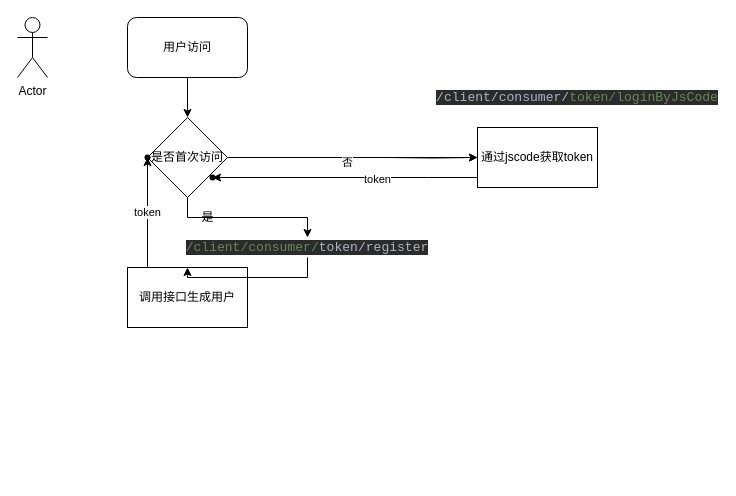
This is Untitled Diagram.drawio from yangrenqing/yangrenqing, a draw.io file, before an edit. Source tidied: cells renumbered, new cells numbered last; positions are measured from the earlier drawing's top-left corner, leaving out a move shared by most shapes. Both pictures are drawn from the tidied source at 100%, with x=0, y=0 at pixel (17, 17).
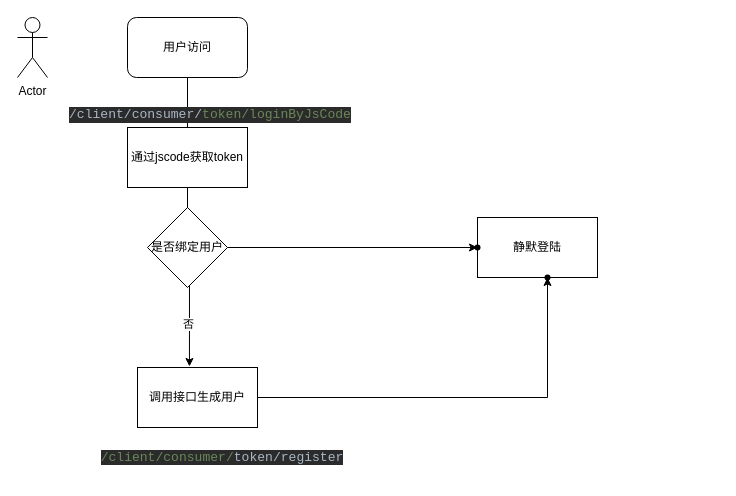
The same page after the edit.

The change refers to these unchanged cells:
```xml
<mxCell id="4" value="用户访问" style="rounded=1;whiteSpace=wrap;html=1;" parent="1" vertex="1">
  <mxGeometry x="110" width="120" height="60" as="geometry" />
</mxCell>
```

The edit, as a diff of the source:
```diff
@@
-    <mxCell id="3" style="edgeStyle=orthogonalEdgeStyle;rounded=0;jettySize=auto;html=1;" parent="1" edge="1" source="4" target="8">
+    <mxCell id="3" style="edgeStyle=orthogonalEdgeStyle;rounded=0;jettySize=auto;html=1;entryX=0.433;entryY=-0.017;entryDx=0;entryDy=0;entryPerimeter=0;" parent="1" edge="1" source="4" target="10">
       <mxGeometry relative="1" as="geometry" />
     </mxCell>
+    <mxCell id="7" value="否" style="edgeLabel;html=1;align=center;verticalAlign=middle;" parent="3" vertex="1">
+      <mxGeometry x="0.71" y="-1" relative="1" as="geometry" />
+    </mxCell>
@@
-    <mxCell id="5" style="edgeStyle=orthogonalEdgeStyle;rounded=0;jettySize=auto;html=1;" parent="1" edge="1" source="8" target="12">
-      <mxGeometry relative="1" as="geometry" />
-    </mxCell>
-    <mxCell id="6" style="edgeStyle=orthogonalEdgeStyle;rounded=0;jettySize=auto;html=1;entryX=0;entryY=0.5;entryDx=0;entryDy=0;" parent="1" edge="1" source="8" target="16">
-      <mxGeometry relative="1" as="geometry" />
-    </mxCell>
-    <mxCell id="7" value="否" style="edgeLabel;html=1;align=center;verticalAlign=middle;" parent="6" vertex="1">
-      <mxGeometry x="-0.05" y="-4" relative="1" as="geometry" />
-    </mxCell>
-    <mxCell id="8" value="是否首次访问" style="rhombus;whiteSpace=wrap;html=1;" parent="1" vertex="1">
-      <mxGeometry x="130" y="100" width="80" height="80" as="geometry" />
-    </mxCell>
-    <mxCell id="9" value="token" style="edgeStyle=orthogonalEdgeStyle;rounded=0;jettySize=auto;html=1;" parent="1" edge="1" source="10" target="20">
-      <mxGeometry relative="1" as="geometry">
-        <Array as="points">
-          <mxPoint x="110" y="260" />
-          <mxPoint x="110" y="260" />
-        </Array>
-      </mxGeometry>
-    </mxCell>
+    <mxCell id="21" style="edgeStyle=orthogonalEdgeStyle;rounded=0;jettySize=auto;html=1;" parent="1" edge="1" source="10" target="26">
+      <mxGeometry relative="1" as="geometry" />
+    </mxCell>
     <mxCell id="10" value="调用接口生成用户" style="rounded=0;whiteSpace=wrap;html=1;" parent="1" vertex="1">
-      <mxGeometry x="110" y="250" width="120" height="60" as="geometry" />
+      <mxGeometry x="120" y="350" width="120" height="60" as="geometry" />
     </mxCell>
-    <mxCell id="11" style="edgeStyle=orthogonalEdgeStyle;rounded=0;jettySize=auto;html=1;" parent="1" edge="1" source="12" target="10">
-      <mxGeometry relative="1" as="geometry" />
-    </mxCell>
     <mxCell id="12" value="&lt;pre style=&quot;background-color: #2b2b2b ; color: #a9b7c6 ; font-family: &amp;#34;jetbrains mono&amp;#34; , monospace ; font-size: 9.8pt&quot;&gt;&lt;span style=&quot;color: #6a8759&quot;&gt;/client/consumer/&lt;/span&gt;token/register&lt;/pre&gt;" style="text;html=1;strokeColor=none;fillColor=none;align=center;verticalAlign=middle;whiteSpace=wrap;rounded=0;" parent="1" vertex="1">
-      <mxGeometry x="170" y="220" width="240" height="20" as="geometry" />
+      <mxGeometry x="85" y="430" width="240" height="20" as="geometry" />
     </mxCell>
-    <mxCell id="13" value="是" style="text;html=1;align=center;verticalAlign=middle;strokeColor=none;" parent="1" vertex="1">
-      <mxGeometry x="175" y="190" width="30" height="20" as="geometry" />
-    </mxCell>
-    <mxCell id="14" style="edgeStyle=orthogonalEdgeStyle;rounded=0;jettySize=auto;html=1;" parent="1" edge="1" source="16" target="19">
-      <mxGeometry relative="1" as="geometry">
-        <Array as="points">
-          <mxPoint x="410" y="160" />
-          <mxPoint x="410" y="160" />
-        </Array>
-      </mxGeometry>
-    </mxCell>
-    <mxCell id="15" value="token" style="edgeLabel;html=1;align=center;verticalAlign=middle;" parent="14" vertex="1">
-      <mxGeometry x="-0.24" y="1" relative="1" as="geometry" />
-    </mxCell>
-    <mxCell id="16" value="通过jscode获取token" style="rounded=0;whiteSpace=wrap;html=1;" parent="1" vertex="1">
-      <mxGeometry x="460" y="110" width="120" height="60" as="geometry" />
+    <mxCell id="16" value="&lt;span&gt;通过jscode获取token&lt;/span&gt;" style="rounded=0;whiteSpace=wrap;html=1;" parent="1" vertex="1">
+      <mxGeometry x="110" y="110" width="120" height="60" as="geometry" />
     </mxCell>
-    <mxCell id="17" style="edgeStyle=orthogonalEdgeStyle;rounded=0;jettySize=auto;html=1;" parent="1" edge="1" target="16">
-      <mxGeometry relative="1" as="geometry">
-        <mxPoint x="370" y="140" as="sourcePoint" />
-      </mxGeometry>
-    </mxCell>
-    <mxCell id="18" value="&lt;pre style=&quot;background-color: #2b2b2b ; color: #a9b7c6 ; font-family: &amp;#34;jetbrains mono&amp;#34; , monospace ; font-size: 9.8pt&quot;&gt;/client/consumer/&lt;span style=&quot;color: #6a8759&quot;&gt;token/loginByJsCode&lt;/span&gt;&lt;/pre&gt;" style="text;html=1;strokeColor=none;fillColor=none;align=center;verticalAlign=middle;whiteSpace=wrap;rounded=0;" parent="1" vertex="1">
-      <mxGeometry x="540" y="70" width="40" height="20" as="geometry" />
+    <mxCell id="18" value="&lt;pre style=&quot;font-style: normal ; font-weight: 400 ; letter-spacing: normal ; text-align: center ; text-indent: 0px ; text-transform: none ; word-spacing: 0px ; background-color: rgb(43 , 43 , 43) ; color: rgb(169 , 183 , 198) ; font-family: &amp;quot;jetbrains mono&amp;quot; , monospace ; font-size: 9.8pt&quot;&gt;/client/consumer/&lt;span style=&quot;color: rgb(106 , 135 , 89)&quot;&gt;token/loginByJsCode&lt;/span&gt;&lt;/pre&gt;" style="text;whiteSpace=wrap;html=1;" parent="1" vertex="1">
+      <mxGeometry x="50" y="70" width="310" height="60" as="geometry" />
     </mxCell>
-    <mxCell id="19" style="shape=waypoint;size=6;points=[];fillColor=#ffffff;perimeter=centerPerimeter;snapToPoint=1;rounded=0;" parent="1" vertex="1">
-      <mxGeometry x="175" y="140" width="40" height="40" as="geometry" />
-    </mxCell>
-    <mxCell id="20" style="shape=waypoint;size=6;points=[];fillColor=#ffffff;perimeter=centerPerimeter;snapToPoint=1;rounded=0;" parent="1" vertex="1">
-      <mxGeometry x="110" y="120" width="40" height="40" as="geometry" />
-    </mxCell>
+    <mxCell id="22" style="edgeStyle=orthogonalEdgeStyle;rounded=0;jettySize=auto;html=1;" parent="1" edge="1" source="23" target="25">
+      <mxGeometry relative="1" as="geometry" />
+    </mxCell>
+    <mxCell id="23" value="是否绑定用户" style="rhombus;whiteSpace=wrap;html=1;" parent="1" vertex="1">
+      <mxGeometry x="130" y="190" width="80" height="80" as="geometry" />
+    </mxCell>
+    <mxCell id="24" value="静默登陆" style="rounded=0;whiteSpace=wrap;html=1;" parent="1" vertex="1">
+      <mxGeometry x="460" y="200" width="120" height="60" as="geometry" />
+    </mxCell>
+    <mxCell id="25" style="shape=waypoint;size=6;points=[];fillColor=#ffffff;perimeter=centerPerimeter;snapToPoint=1;" parent="1" vertex="1">
+      <mxGeometry x="440" y="210" width="40" height="40" as="geometry" />
+    </mxCell>
+    <mxCell id="26" style="shape=waypoint;size=6;points=[];fillColor=#ffffff;perimeter=centerPerimeter;snapToPoint=1;rounded=0;" parent="1" vertex="1">
+      <mxGeometry x="510" y="240" width="40" height="40" as="geometry" />
+    </mxCell>
```
